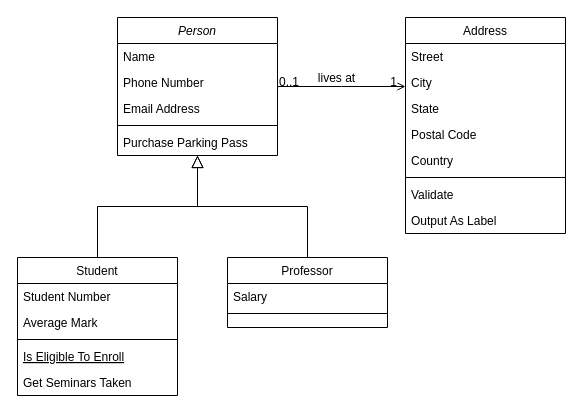
Before: Untitled Diagram.drawio in OmkarGambhir/FootyField, a draw.io diagram. Source tidied: cells renumbered, new cells numbered last; positions are measured from the earlier drawing's top-left corner, leaving out a move shared by most shapes. Both pictures are drawn from the tidied source at 100%, with x=0, y=0 at pixel (17, 17).
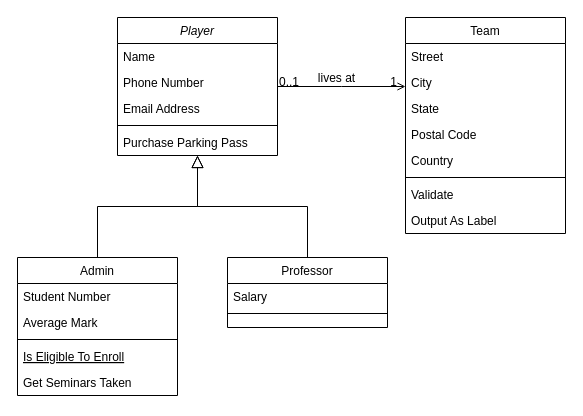
Above is the later version.

The edit, as a diff of the source:
```diff
@@
-    <mxCell id="2" value="Person" style="swimlane;fontStyle=2;align=center;verticalAlign=top;horizontal=1;startSize=26;rounded=0;shadow=0;strokeWidth=1;" parent="1" vertex="1">
+    <mxCell id="2" value="Player" style="swimlane;fontStyle=2;align=center;verticalAlign=top;horizontal=1;startSize=26;rounded=0;shadow=0;strokeWidth=1;" parent="1" vertex="1">
       <mxGeometry x="100" width="160" height="138" as="geometry" />
     </mxCell>
@@
-    <mxCell id="8" value="Student" style="swimlane;fontStyle=0;align=center;verticalAlign=top;horizontal=1;startSize=26;rounded=0;shadow=0;strokeWidth=1;" parent="1" vertex="1">
+    <mxCell id="8" value="Admin" style="swimlane;fontStyle=0;align=center;verticalAlign=top;horizontal=1;startSize=26;rounded=0;shadow=0;strokeWidth=1;" parent="1" vertex="1">
       <mxGeometry y="240" width="160" height="138" as="geometry" />
     </mxCell>
@@
-    <mxCell id="19" value="Address" style="swimlane;fontStyle=0;align=center;verticalAlign=top;horizontal=1;startSize=26;rounded=0;shadow=0;strokeWidth=1;" parent="1" vertex="1">
+    <mxCell id="19" value="Team" style="swimlane;fontStyle=0;align=center;verticalAlign=top;horizontal=1;startSize=26;rounded=0;shadow=0;strokeWidth=1;" parent="1" vertex="1">
       <mxGeometry x="388" width="160" height="216" as="geometry" />
     </mxCell>
```
